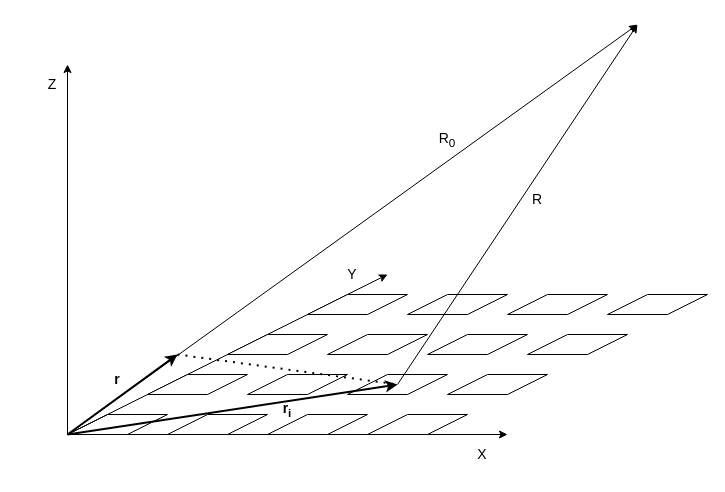
This is croac/figures/R_approx.drawio from Project-Fjorgyn/literature, a draw.io file, before an edit. Source tidied: cells renumbered, new cells numbered last; positions are measured from the earlier drawing's top-left corner, leaving out a move shared by most shapes. Both pictures are drawn from the tidied source at 100%, with x=0, y=0 at pixel (17, 24).
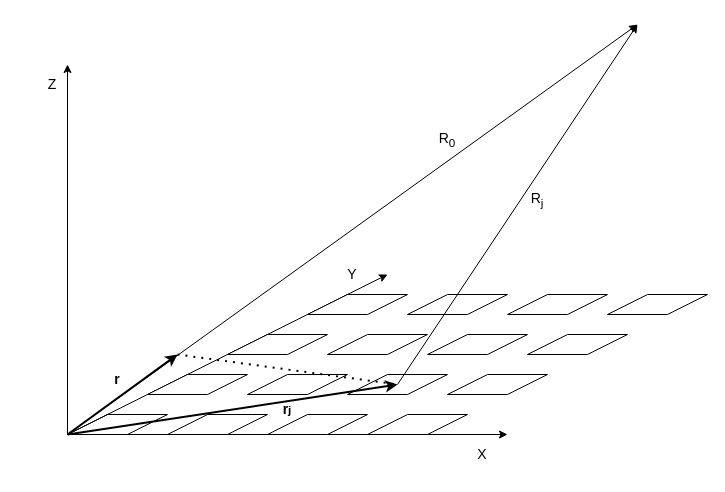
The same diagram, later.

What changed in the source:
```diff
@@
-    <mxCell id="29" value="&lt;b&gt;r&lt;sub&gt;i&lt;/sub&gt;&lt;/b&gt;" style="text;html=1;strokeColor=none;fillColor=none;align=center;verticalAlign=middle;whiteSpace=wrap;rounded=0;fontSize=14;" parent="1" vertex="1">
+    <mxCell id="29" value="&lt;b&gt;r&lt;span style=&quot;font-size: 11.6667px;&quot;&gt;j&lt;/span&gt;&lt;/b&gt;" style="text;html=1;strokeColor=none;fillColor=none;align=center;verticalAlign=middle;whiteSpace=wrap;rounded=0;fontSize=14;" parent="1" vertex="1">
       <mxGeometry x="240" y="370" width="60" height="30" as="geometry" />
     </mxCell>
@@
-    <mxCell id="31" value="R" style="text;html=1;strokeColor=none;fillColor=none;align=center;verticalAlign=middle;whiteSpace=wrap;rounded=0;fontSize=14;" parent="1" vertex="1">
+    <mxCell id="31" value="R&lt;sub&gt;j&lt;/sub&gt;" style="text;html=1;strokeColor=none;fillColor=none;align=center;verticalAlign=middle;whiteSpace=wrap;rounded=0;fontSize=14;" parent="1" vertex="1">
       <mxGeometry x="490" y="160" width="60" height="30" as="geometry" />
     </mxCell>
```
